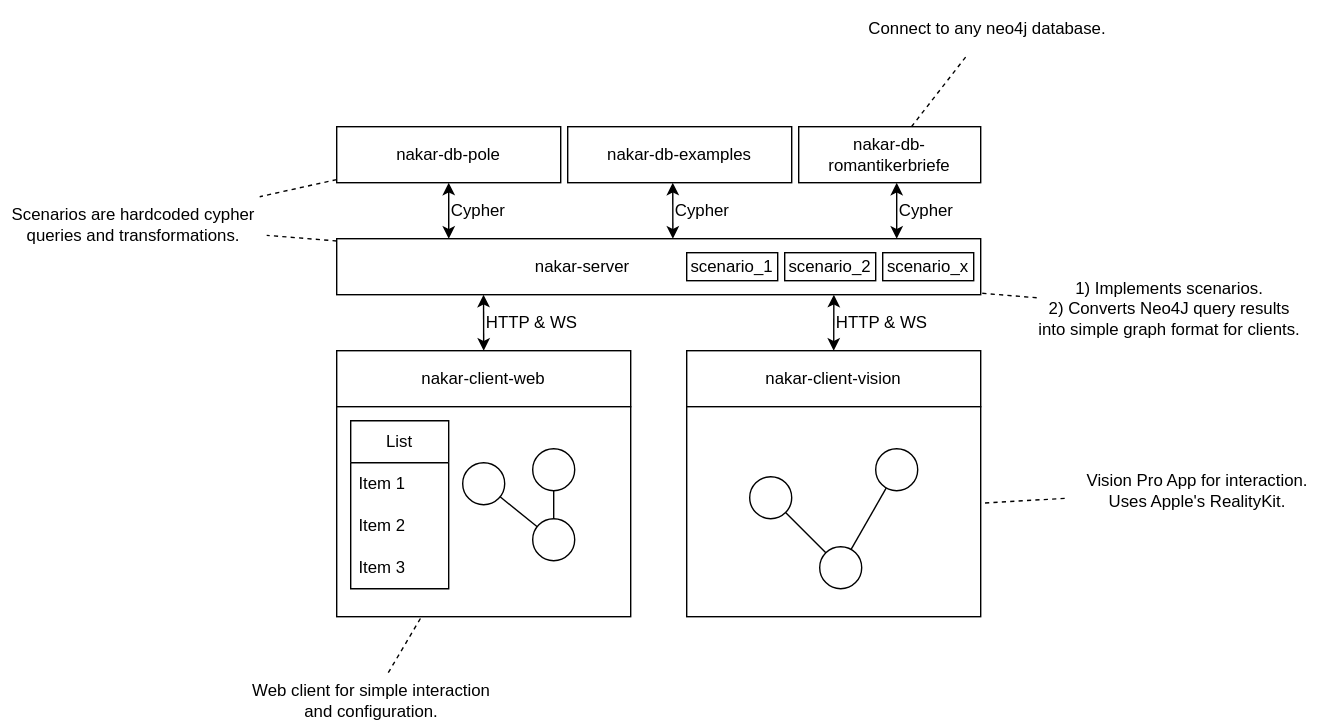
Earlier version of the draw.io export docs/architecture.svg (THM-Graphs/nakar). Source tidied: cells renumbered, new cells last; positions are measured from the earlier drawing's top-left corner, leaving out a move shared by most shapes.
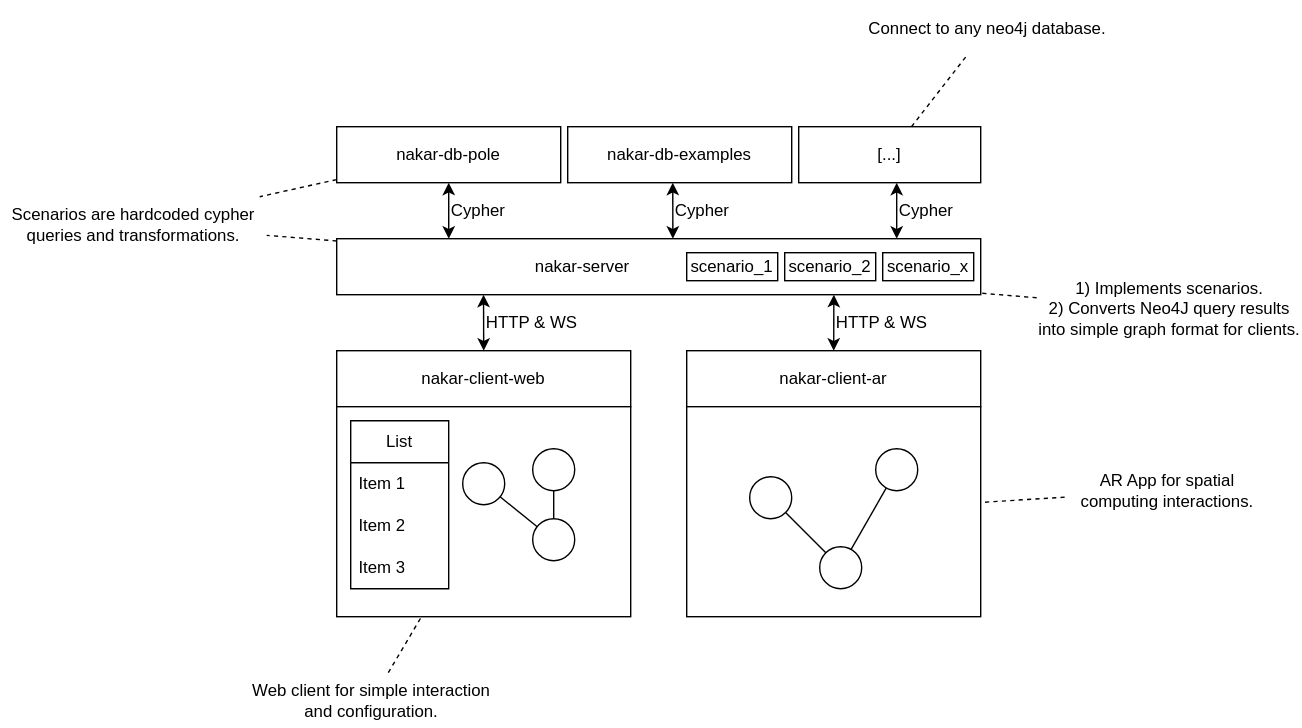
The same file after the commit.

The edit, as a diff of the source:
```diff
@@ -23,7 +23,7 @@
     <mxCell id="8" style="endArrow=none;html=1;rounded=0;labelBackgroundColor=none;fontColor=default;" parent="1" edge="1" source="4" target="5">
       <mxGeometry relative="1" as="geometry" />
     </mxCell>
-    <mxCell id="9" value="nakar-client-vision" style="rounded=0;whiteSpace=wrap;html=1;labelBackgroundColor=none;" parent="1" vertex="1">
+    <mxCell id="9" value="nakar-client-ar" style="rounded=0;whiteSpace=wrap;html=1;labelBackgroundColor=none;" parent="1" vertex="1">
       <mxGeometry x="490" y="250" width="210" height="40" as="geometry" />
     </mxCell>
     <mxCell id="10" style="rounded=0;whiteSpace=wrap;html=1;labelBackgroundColor=none;" parent="1" vertex="1">
@@ -53,7 +53,7 @@
     <mxCell id="18" value="nakar-db-examples" style="rounded=0;whiteSpace=wrap;html=1;labelBackgroundColor=none;" parent="1" vertex="1">
       <mxGeometry x="405" y="90" width="160" height="40" as="geometry" />
     </mxCell>
-    <mxCell id="19" value="nakar-db-romantikerbriefe" style="rounded=0;whiteSpace=wrap;html=1;labelBackgroundColor=none;" parent="1" vertex="1">
+    <mxCell id="19" value="[...]" style="rounded=0;whiteSpace=wrap;html=1;labelBackgroundColor=none;" parent="1" vertex="1">
       <mxGeometry x="570" y="90" width="130" height="40" as="geometry" />
     </mxCell>
     <mxCell id="20" style="endArrow=classic;startArrow=classic;html=1;rounded=0;exitX=0.174;exitY=0;exitDx=0;exitDy=0;exitPerimeter=0;labelBackgroundColor=none;fontColor=default;" parent="1" edge="1" source="16">
@@ -94,8 +94,8 @@
     <mxCell id="31" style="endArrow=none;html=1;rounded=0;endFill=0;dashed=1;labelBackgroundColor=none;fontColor=default;" parent="1" edge="1" source="30" target="16">
       <mxGeometry relative="1" as="geometry" />
     </mxCell>
-    <mxCell id="32" value="Vision Pro App for interaction. Uses Apple's RealityKit." style="text;html=1;align=center;verticalAlign=middle;whiteSpace=wrap;rounded=0;labelBackgroundColor=none;" parent="1" vertex="1">
-      <mxGeometry x="760" y="330" width="190" height="40" as="geometry" />
+    <mxCell id="32" value="AR App for spatial computing interactions." style="text;html=1;align=center;verticalAlign=middle;whiteSpace=wrap;rounded=0;labelBackgroundColor=none;" parent="1" vertex="1">
+      <mxGeometry x="760" y="330" width="147" height="40" as="geometry" />
     </mxCell>
     <mxCell id="33" style="endArrow=none;html=1;rounded=0;endFill=0;dashed=1;labelBackgroundColor=none;fontColor=default;" parent="1" edge="1" source="32" target="10">
       <mxGeometry relative="1" as="geometry" />
```
